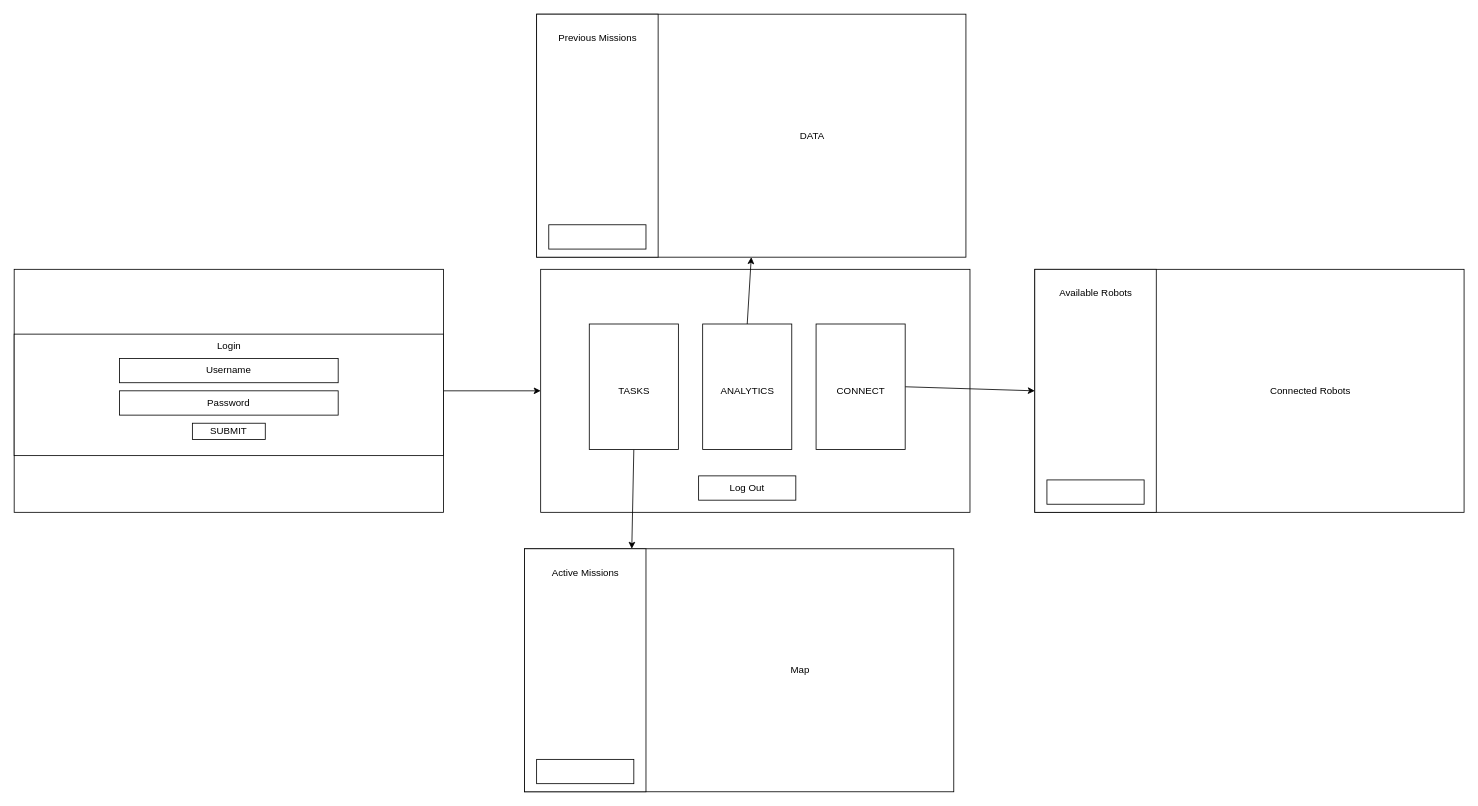
Earlier version of the draw.io diagram WebUI Wireframe.drawio (Interaze/OnTheSpot). Source tidied: cells renumbered, new cells numbered last; positions are measured from the earlier drawing's top-left corner, leaving out a move shared by most shapes. Both pictures are drawn from the tidied source at 81%, with x=0, y=0 at pixel (14, 14).
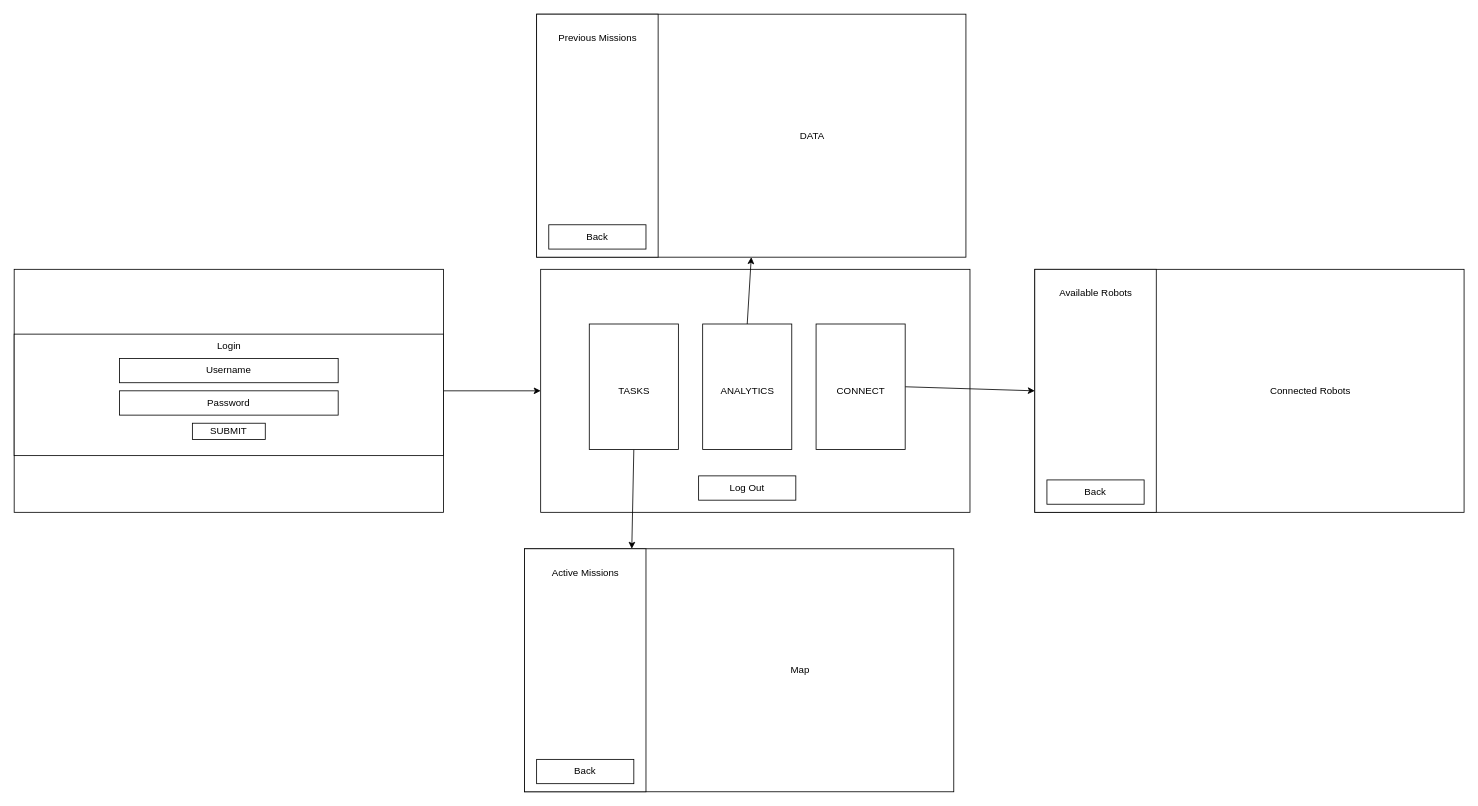
After the change.

What changed in the source:
```diff
@@
-    <mxCell id="6" style="rounded=0;whiteSpace=wrap;html=1;" parent="1" vertex="1">
+    <mxCell id="6" value="Back" style="rounded=0;whiteSpace=wrap;html=1;" parent="1" vertex="1">
       <mxGeometry x="645" y="920" width="120" height="30" as="geometry" />
     </mxCell>
@@
-    <mxCell id="29" style="rounded=0;whiteSpace=wrap;html=1;" parent="1" vertex="1">
+    <mxCell id="29" value="Back" style="rounded=0;whiteSpace=wrap;html=1;" parent="1" vertex="1">
       <mxGeometry x="660" y="260" width="120" height="30" as="geometry" />
     </mxCell>
@@
-    <mxCell id="34" style="rounded=0;whiteSpace=wrap;html=1;" parent="1" vertex="1">
+    <mxCell id="34" value="Back" style="rounded=0;whiteSpace=wrap;html=1;" parent="1" vertex="1">
       <mxGeometry x="1275" y="575" width="120" height="30" as="geometry" />
     </mxCell>
```
